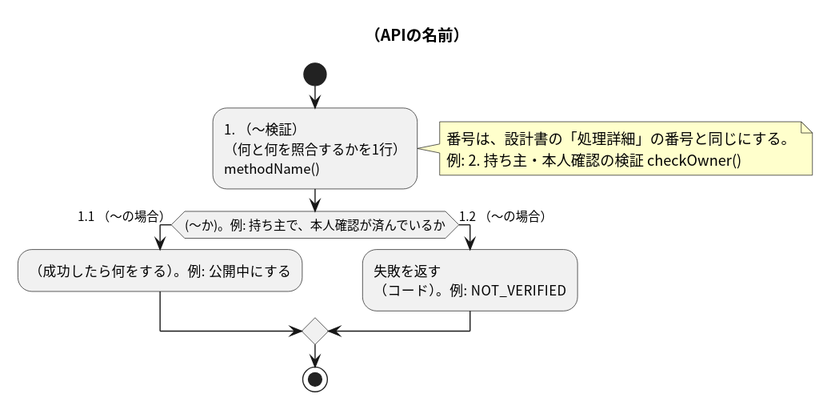
This is apis/_template/flow.svg from masamasamasato/design-doc-template, a PlantUML export, as it was before one commit. Its source is kept beside it as apis/_template/flow.puml.
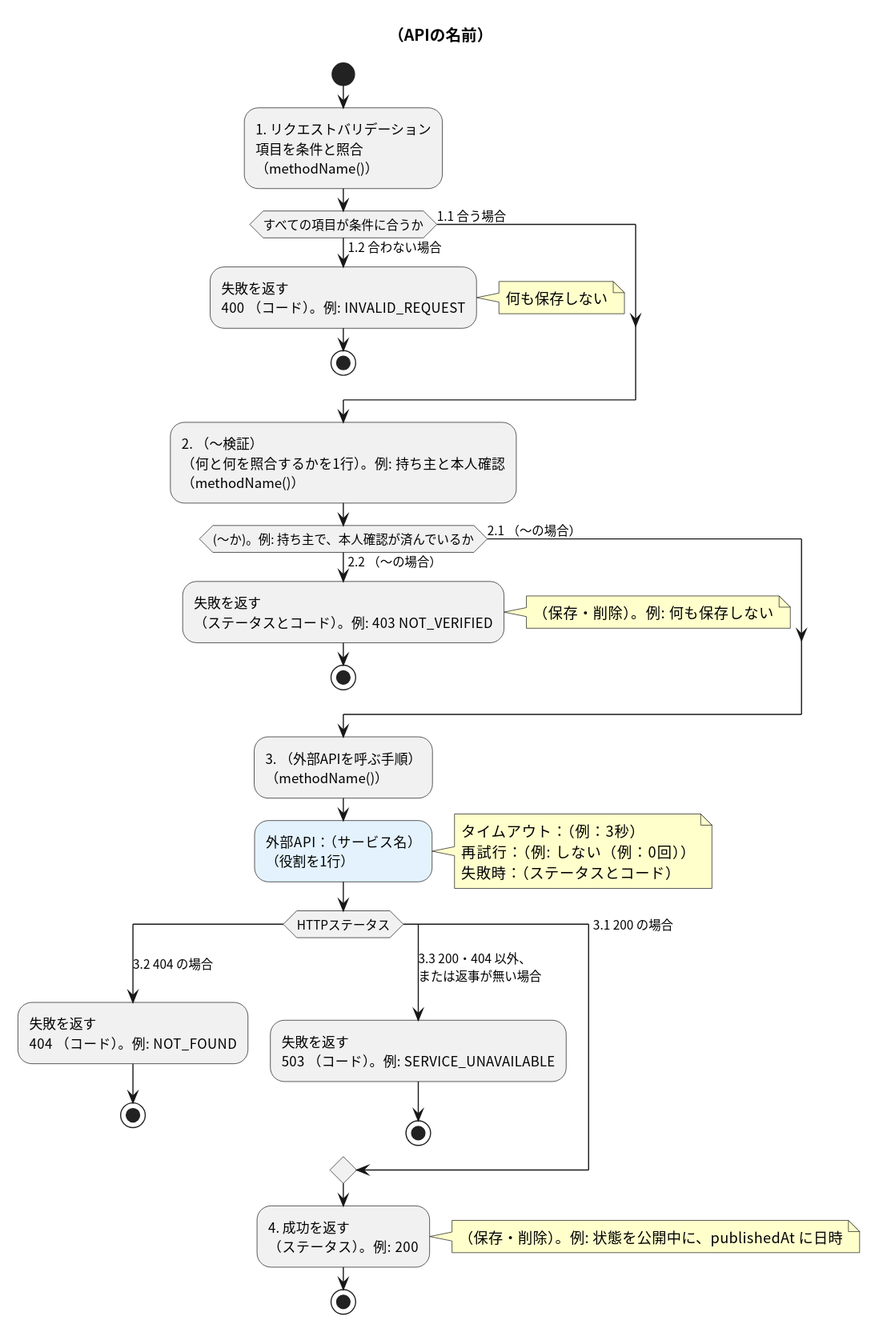
Above is the later version.

Commit message:
テンプレートの図の番号を処理詳細の手順とそろえ、README に何をするかの1行と Cookie 名を足す

Diff of the diagram source:
```diff
@@ -6,13 +6,38 @@
 title （APIの名前）
 
 start
-:1. （〜検証）\n（何と何を照合するかを1行）\nmethodName();
-note right: 番号は、設計書の「処理詳細」の番号と同じにする。\n例: 2. 持ち主・本人確認の検証 checkOwner()
-if ((〜か)。例: 持ち主で、本人確認が済んでいるか) then (1.1 （〜の場合）)
-  :（成功したら何をする）。例: 公開中にする;
-else (1.2 （〜の場合）)
-  :失敗を返す\n（コード）。例: NOT_VERIFIED;
+:1. リクエストバリデーション\n項目を条件と照合\n（methodName()）;
+if (すべての項目が条件に合うか) then (1.2 合わない場合)
+  :失敗を返す\n400 （コード）。例: INVALID_REQUEST;
+  note right: 何も保存しない
+  stop
+else (1.1 合う場合)
 endif
+:2. （〜検証）\n（何と何を照合するかを1行）。例: 持ち主と本人確認\n（methodName()）;
+if ((〜か)。例: 持ち主で、本人確認が済んでいるか) then (2.2 （〜の場合）)
+  :失敗を返す\n（ステータスとコード）。例: 403 NOT_VERIFIED;
+  note right: （保存・削除）。例: 何も保存しない
+  stop
+else (2.1 （〜の場合）)
+endif
+:3. （外部APIを呼ぶ手順）\n（methodName()）;
+:外部API：（サービス名）\n（役割を1行）; <<#E3F2FD>>
+note right
+  タイムアウト：（例：3秒）
+  再試行：（例: しない（例：0回））
+  失敗時：（ステータスとコード）
+end note
+switch (HTTPステータス)
+case (3.2 404 の場合)
+  :失敗を返す\n404 （コード）。例: NOT_FOUND;
+  stop
+case (3.3 200・404 以外、\nまたは返事が無い場合)
+  :失敗を返す\n503 （コード）。例: SERVICE_UNAVAILABLE;
+  stop
+case (3.1 200 の場合)
+endswitch
+:4. 成功を返す\n（ステータス）。例: 200;
+note right: （保存・削除）。例: 状態を公開中に、publishedAt に日時
 stop
 
 @enduml
```
